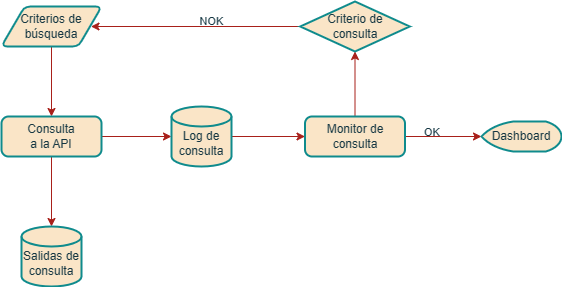
This is diagramas-flujo/adquisicion_datos_trends_api.drawio.png from CAMM961001/inai-itam, a draw.io export, as it was before one commit. Source tidied: cells renumbered, new cells last; positions are measured from the earlier drawing's top-left corner, leaving out a move shared by most shapes.
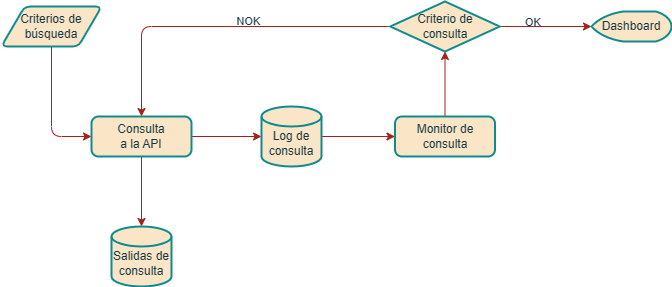
Later version of the same file.

What changed in the source:
```diff
@@ -2,11 +2,11 @@
   <root>
     <mxCell id="0" />
     <mxCell id="1" parent="0" />
-    <mxCell id="2" style="edgeStyle=orthogonalEdgeStyle;rounded=1;jettySize=auto;html=1;entryX=0.5;entryY=0;entryDx=0;entryDy=0;labelBackgroundColor=none;strokeColor=#A8201A;fontColor=default;" parent="1" edge="1" source="3" target="6">
+    <mxCell id="2" style="edgeStyle=orthogonalEdgeStyle;rounded=1;jettySize=auto;html=1;entryX=0;entryY=0.5;entryDx=0;entryDy=0;labelBackgroundColor=none;strokeColor=#A8201A;fontColor=default;" parent="1" edge="1" source="3" target="6">
       <mxGeometry relative="1" as="geometry" />
     </mxCell>
     <mxCell id="3" value="Criterios de búsqueda" style="shape=parallelogram;html=1;strokeWidth=2;perimeter=parallelogramPerimeter;whiteSpace=wrap;rounded=1;arcSize=12;size=0.23;labelBackgroundColor=none;fillColor=#FAE5C7;strokeColor=#0F8B8D;fontColor=#143642;" parent="1" vertex="1">
-      <mxGeometry y="5" width="100" height="40" as="geometry" />
+      <mxGeometry x="-90" y="5" width="100" height="40" as="geometry" />
     </mxCell>
     <mxCell id="4" style="edgeStyle=orthogonalEdgeStyle;rounded=1;jettySize=auto;html=1;labelBackgroundColor=none;strokeColor=#A8201A;fontColor=default;" parent="1" edge="1" source="6" target="8">
       <mxGeometry relative="1" as="geometry" />
@@ -26,7 +26,7 @@
     <mxCell id="9" style="edgeStyle=orthogonalEdgeStyle;rounded=1;jettySize=auto;html=1;entryX=0.5;entryY=1;entryDx=0;entryDy=0;entryPerimeter=0;labelBackgroundColor=none;strokeColor=#A8201A;fontColor=default;" parent="1" edge="1" source="12" target="15">
       <mxGeometry relative="1" as="geometry" />
     </mxCell>
-    <mxCell id="10" style="edgeStyle=orthogonalEdgeStyle;rounded=1;jettySize=auto;html=1;labelBackgroundColor=none;strokeColor=#A8201A;fontColor=default;" parent="1" edge="1" source="12" target="16">
+    <mxCell id="10" style="edgeStyle=orthogonalEdgeStyle;rounded=1;jettySize=auto;html=1;labelBackgroundColor=none;strokeColor=#A8201A;fontColor=default;exitX=1;exitY=0.5;exitDx=0;exitDy=0;exitPerimeter=0;" parent="1" edge="1" source="15" target="16">
       <mxGeometry relative="1" as="geometry" />
     </mxCell>
     <mxCell id="11" value="OK&amp;nbsp;&lt;br&gt;&lt;br&gt;" style="edgeLabel;html=1;align=center;verticalAlign=middle;rounded=1;labelBackgroundColor=none;fontColor=#143642;" parent="10" vertex="1">
@@ -37,10 +37,12 @@
     <mxCell id="12" value="Monitor de consulta" style="rounded=1;whiteSpace=wrap;html=1;absoluteArcSize=1;arcSize=14;strokeWidth=2;labelBackgroundColor=none;fillColor=#FAE5C7;strokeColor=#0F8B8D;fontColor=#143642;" parent="1" vertex="1">
       <mxGeometry x="303.5" y="115" width="100" height="40" as="geometry" />
     </mxCell>
-    <mxCell id="13" style="edgeStyle=orthogonalEdgeStyle;rounded=1;orthogonalLoop=1;jettySize=auto;html=1;entryX=1;entryY=0.5;entryDx=0;entryDy=0;labelBackgroundColor=none;strokeColor=#A8201A;fontColor=default;" parent="1" edge="1">
+    <mxCell id="13" style="edgeStyle=orthogonalEdgeStyle;rounded=1;jettySize=auto;html=1;labelBackgroundColor=none;strokeColor=#A8201A;fontColor=default;entryX=0.5;entryY=0;entryDx=0;entryDy=0;" parent="1" edge="1" target="6">
       <mxGeometry relative="1" as="geometry">
         <mxPoint x="299.8" y="25" as="sourcePoint" />
-        <mxPoint x="89.5" y="25" as="targetPoint" />
+        <Array as="points">
+          <mxPoint x="50" y="25" />
+        </Array>
       </mxGeometry>
     </mxCell>
     <mxCell id="14" value="NOK&amp;nbsp;&amp;nbsp;&lt;br&gt;&lt;br&gt;" style="edgeLabel;html=1;align=center;verticalAlign=middle;rounded=1;labelBackgroundColor=none;fontColor=#143642;" parent="13" vertex="1">
@@ -50,7 +52,7 @@
       <mxGeometry x="298.8" width="109.5" height="50" as="geometry" />
     </mxCell>
     <mxCell id="16" value="Dashboard" style="strokeWidth=2;html=1;shape=mxgraph.flowchart.display;whiteSpace=wrap;rounded=1;labelBackgroundColor=none;fillColor=#FAE5C7;strokeColor=#0F8B8D;fontColor=#143642;" parent="1" vertex="1">
-      <mxGeometry x="480" y="120" width="80" height="30" as="geometry" />
+      <mxGeometry x="500" y="10" width="80" height="30" as="geometry" />
     </mxCell>
     <mxCell id="17" value="&lt;br&gt;Salidas de consulta" style="strokeWidth=2;html=1;shape=mxgraph.flowchart.database;whiteSpace=wrap;rounded=1;labelBackgroundColor=none;fillColor=#FAE5C7;strokeColor=#0F8B8D;fontColor=#143642;" parent="1" vertex="1">
       <mxGeometry x="20" y="225" width="60" height="60" as="geometry" />
```
